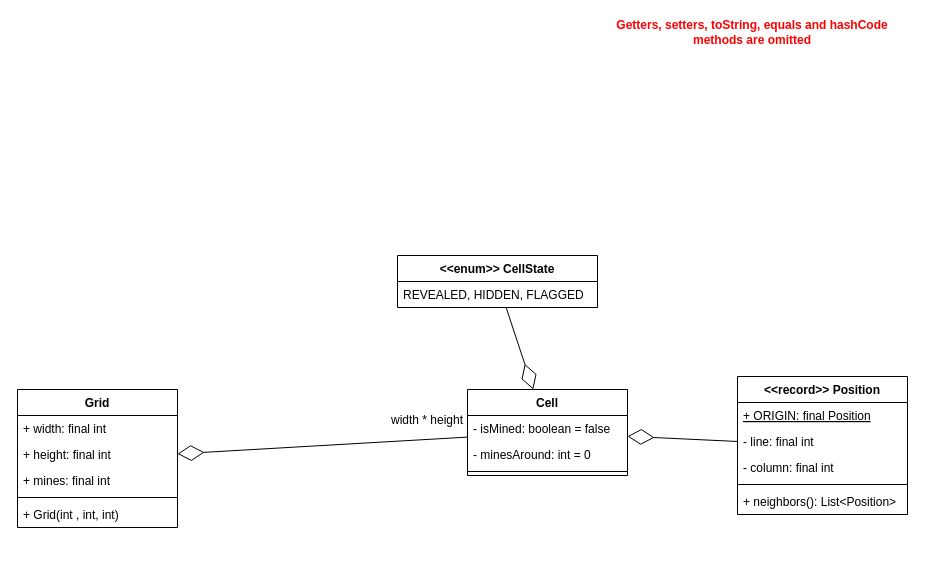
Above: specification/model.drawio in mgmu/minesweeper (draw.io), before the change. Source tidied: cells renumbered, new cells numbered last; positions are measured from the earlier drawing's top-left corner, leaving out a move shared by most shapes. Both pictures are drawn from the tidied source at 100%, with x=0, y=0 at pixel (17, 17).
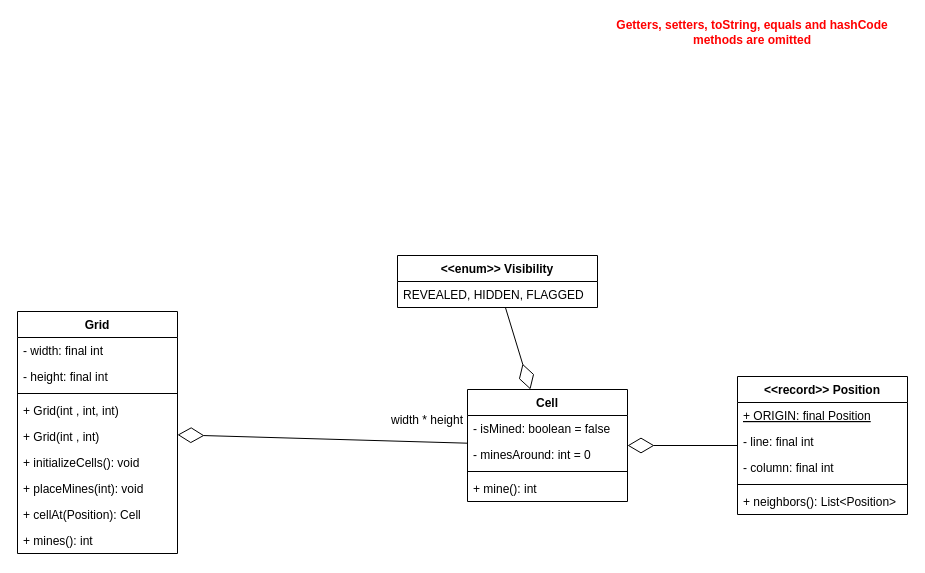
The same diagram, later.

Commit message (it also covers changes not shown here):
Add Grid class

Diff of the diagram source:
```diff
@@
     <mxCell id="2" value="Grid" style="swimlane;fontStyle=1;align=center;verticalAlign=top;horizontal=1;startSize=26;" parent="1" vertex="1">
-      <mxGeometry y="372" width="160" height="138" as="geometry" />
+      <mxGeometry y="294" width="160" height="242" as="geometry" />
     </mxCell>
-    <mxCell id="3" value="+ width: final int" style="text;strokeColor=none;fillColor=none;align=left;verticalAlign=top;spacingLeft=4;spacingRight=4;overflow=hidden;" parent="2" vertex="1">
+    <mxCell id="3" value="- width: final int" style="text;strokeColor=none;fillColor=none;align=left;verticalAlign=top;spacingLeft=4;spacingRight=4;overflow=hidden;" parent="2" vertex="1">
       <mxGeometry y="26" width="160" height="26" as="geometry" />
     </mxCell>
-    <mxCell id="4" value="+ height: final int" style="text;strokeColor=none;fillColor=none;align=left;verticalAlign=top;spacingLeft=4;spacingRight=4;overflow=hidden;" parent="2" vertex="1">
+    <mxCell id="4" value="- height: final int" style="text;strokeColor=none;fillColor=none;align=left;verticalAlign=top;spacingLeft=4;spacingRight=4;overflow=hidden;" parent="2" vertex="1">
       <mxGeometry y="52" width="160" height="26" as="geometry" />
     </mxCell>
-    <mxCell id="5" value="+ mines: final int" style="text;strokeColor=none;fillColor=none;align=left;verticalAlign=top;spacingLeft=4;spacingRight=4;overflow=hidden;" parent="2" vertex="1">
-      <mxGeometry y="78" width="160" height="26" as="geometry" />
-    </mxCell>
     <mxCell id="6" style="line;strokeWidth=1;fillColor=none;align=left;verticalAlign=middle;spacingTop=-1;spacingLeft=3;spacingRight=3;labelPosition=right;strokeColor=inherit;" parent="2" vertex="1">
-      <mxGeometry y="104" width="160" height="8" as="geometry" />
+      <mxGeometry y="78" width="160" height="8" as="geometry" />
     </mxCell>
     <mxCell id="7" value="+ Grid(int , int, int)" style="text;strokeColor=none;fillColor=none;align=left;verticalAlign=top;spacingLeft=4;spacingRight=4;overflow=hidden;" parent="2" vertex="1">
-      <mxGeometry y="112" width="160" height="26" as="geometry" />
+      <mxGeometry y="86" width="160" height="26" as="geometry" />
     </mxCell>
+    <mxCell id="25" value="+ Grid(int , int)" style="text;strokeColor=none;fillColor=none;align=left;verticalAlign=top;spacingLeft=4;spacingRight=4;overflow=hidden;" parent="2" vertex="1">
+      <mxGeometry y="112" width="160" height="26" as="geometry" />
+    </mxCell>
+    <mxCell id="26" value="+ initializeCells(): void" style="text;strokeColor=none;fillColor=none;align=left;verticalAlign=top;spacingLeft=4;spacingRight=4;overflow=hidden;" parent="2" vertex="1">
+      <mxGeometry y="138" width="160" height="26" as="geometry" />
+    </mxCell>
+    <mxCell id="27" value="+ placeMines(int): void" style="text;strokeColor=none;fillColor=none;align=left;verticalAlign=top;spacingLeft=4;spacingRight=4;overflow=hidden;" parent="2" vertex="1">
+      <mxGeometry y="164" width="160" height="26" as="geometry" />
+    </mxCell>
+    <mxCell id="28" value="+ cellAt(Position): Cell" style="text;strokeColor=none;fillColor=none;align=left;verticalAlign=top;spacingLeft=4;spacingRight=4;overflow=hidden;" parent="2" vertex="1">
+      <mxGeometry y="190" width="160" height="26" as="geometry" />
+    </mxCell>
+    <mxCell id="29" value="+ mines(): int" style="text;strokeColor=none;fillColor=none;align=left;verticalAlign=top;spacingLeft=4;spacingRight=4;overflow=hidden;" parent="2" vertex="1">
+      <mxGeometry y="216" width="160" height="26" as="geometry" />
+    </mxCell>
     <mxCell id="8" value="Cell" style="swimlane;fontStyle=1;align=center;verticalAlign=top;horizontal=1;startSize=26;" parent="1" vertex="1">
-      <mxGeometry x="450" y="372" width="160" height="86" as="geometry" />
+      <mxGeometry x="450" y="372" width="160" height="112" as="geometry" />
     </mxCell>
@@
+    <mxCell id="30" value="+ mine(): int" style="text;strokeColor=none;fillColor=none;align=left;verticalAlign=top;spacingLeft=4;spacingRight=4;overflow=hidden;" parent="8" vertex="1">
+      <mxGeometry y="86" width="160" height="26" as="geometry" />
+    </mxCell>
-    <mxCell id="12" value="&lt;&lt;enum&gt;&gt; CellState" style="swimlane;fontStyle=1;align=center;verticalAlign=top;horizontal=1;startSize=26;" parent="1" vertex="1">
+    <mxCell id="12" value="&lt;&lt;enum&gt;&gt; Visibility" style="swimlane;fontStyle=1;align=center;verticalAlign=top;horizontal=1;startSize=26;" parent="1" vertex="1">
       <mxGeometry x="380" y="238" width="200" height="52" as="geometry" />
     </mxCell>
```
